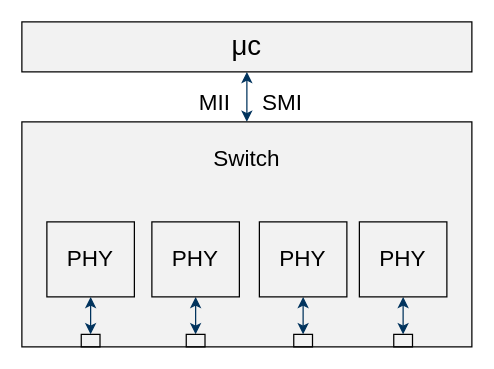
Earlier version of the draw.io diagram page "Page-3" (3 of 6) of docs/ETH/layer.drawio (hanojiang/BlogCP). Source tidied: cells renumbered, new cells numbered last; positions are measured from the earlier drawing's top-left corner, leaving out a move shared by most shapes. Both pictures are drawn from the tidied source at 125%, with x=0, y=0 at pixel (21, 21).
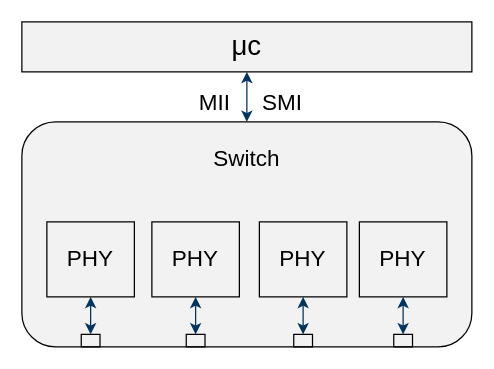
The same page after the edit.

Change to the diagram source:
```diff
@@
 <mxGraphModel>
   <root>
     <mxCell id="0" />
     <mxCell id="1" parent="0" />
     <mxCell id="2" style="edgeStyle=orthogonalEdgeStyle;rounded=0;jettySize=auto;html=1;exitX=0.5;exitY=1;exitDx=0;exitDy=0;entryX=0.5;entryY=0;entryDx=0;entryDy=0;fontSize=18;fontColor=#FFFFFF;strokeColor=#00335D;startArrow=classic;startFill=1;" parent="1" edge="1" source="3" target="4">
       <mxGeometry relative="1" as="geometry" />
     </mxCell>
     <mxCell id="3" value="&lt;font style=&quot;font-size: 22px&quot; color=&quot;#000000&quot;&gt;μc&lt;/font&gt;" style="rounded=0;whiteSpace=wrap;html=1;fontSize=18;fontColor=#FFFFFF;strokeColor=#000000;fillColor=#F2F2F2;" parent="1" vertex="1">
       <mxGeometry width="360" height="40" as="geometry" />
     </mxCell>
-    <mxCell id="4" style="rounded=0;whiteSpace=wrap;html=1;fontSize=18;fontColor=#FFFFFF;fillColor=#f2f2f2;strokeColor=#000000;" parent="1" vertex="1">
+    <mxCell id="4" style="rounded=1;whiteSpace=wrap;html=1;fontSize=18;fontColor=#FFFFFF;fillColor=#f2f2f2;strokeColor=#000000;" parent="1" vertex="1">
       <mxGeometry y="80" width="360" height="180" as="geometry" />
     </mxCell>
     <mxCell id="5" value="PHY" style="rounded=0;whiteSpace=wrap;html=1;fontSize=18;fillColor=none;strokeWidth=1;fontColor=#000000;strokeColor=#000000;" parent="1" vertex="1">
       <mxGeometry x="20" y="160" width="70" height="60" as="geometry" />
     </mxCell>
     <mxCell id="6" style="edgeStyle=orthogonalEdgeStyle;rounded=0;jettySize=auto;html=1;exitX=0.5;exitY=1;exitDx=0;exitDy=0;entryX=0.5;entryY=0;entryDx=0;entryDy=0;fontSize=18;fontColor=#FFFFFF;strokeColor=#00335D;startArrow=classic;startFill=1;" parent="1" edge="1" source="7" target="13">
       <mxGeometry relative="1" as="geometry" />
     </mxCell>
     <mxCell id="7" value="PHY" style="rounded=0;whiteSpace=wrap;html=1;fontSize=18;strokeWidth=1;fillColor=none;fontColor=#000000;strokeColor=#000000;" parent="1" vertex="1">
       <mxGeometry x="104" y="160" width="70" height="60" as="geometry" />
     </mxCell>
     <mxCell id="8" style="edgeStyle=orthogonalEdgeStyle;rounded=0;jettySize=auto;html=1;exitX=0.5;exitY=1;exitDx=0;exitDy=0;entryX=0.5;entryY=0;entryDx=0;entryDy=0;fontSize=18;fontColor=#FFFFFF;strokeColor=#00335d;startArrow=classic;startFill=1;" parent="1" edge="1" source="9" target="14">
       <mxGeometry relative="1" as="geometry" />
     </mxCell>
     <mxCell id="9" value="PHY" style="rounded=0;whiteSpace=wrap;html=1;fontSize=18;strokeWidth=1;fillColor=none;fontColor=#000000;strokeColor=#000000;" parent="1" vertex="1">
       <mxGeometry x="190" y="160" width="70" height="60" as="geometry" />
     </mxCell>
     <mxCell id="10" style="edgeStyle=orthogonalEdgeStyle;rounded=0;jettySize=auto;html=1;exitX=0.5;exitY=1;exitDx=0;exitDy=0;entryX=0.5;entryY=0;entryDx=0;entryDy=0;fontSize=18;fontColor=#FFFFFF;strokeColor=#00335d;startArrow=classic;startFill=1;" parent="1" edge="1" source="11" target="15">
       <mxGeometry relative="1" as="geometry" />
     </mxCell>
     <mxCell id="11" value="PHY" style="rounded=0;whiteSpace=wrap;html=1;fontSize=18;strokeWidth=1;fillColor=none;fontColor=#000000;strokeColor=#000000;" parent="1" vertex="1">
       <mxGeometry x="270" y="160" width="70" height="60" as="geometry" />
     </mxCell>
     <mxCell id="12" style="rounded=0;whiteSpace=wrap;html=1;fontSize=18;fontColor=#FFFFFF;fillColor=none;strokeColor=#000000;" parent="1" vertex="1">
       <mxGeometry x="47.5" y="250" width="15" height="10" as="geometry" />
     </mxCell>
     <mxCell id="13" style="rounded=0;whiteSpace=wrap;html=1;fontSize=18;fontColor=#FFFFFF;fillColor=none;strokeColor=#000000;" parent="1" vertex="1">
       <mxGeometry x="131.5" y="250" width="15" height="10" as="geometry" />
     </mxCell>
     <mxCell id="14" style="rounded=0;whiteSpace=wrap;html=1;fontSize=18;fontColor=#FFFFFF;fillColor=none;strokeColor=#000000;" parent="1" vertex="1">
       <mxGeometry x="217.5" y="250" width="15" height="10" as="geometry" />
     </mxCell>
     <mxCell id="15" style="rounded=0;whiteSpace=wrap;html=1;fontSize=18;fontColor=#FFFFFF;fillColor=none;strokeColor=#000000;" parent="1" vertex="1">
       <mxGeometry x="297.5" y="250" width="15" height="10" as="geometry" />
     </mxCell>
     <mxCell id="16" style="endArrow=classic;html=1;fontSize=18;fontColor=#FFFFFF;exitX=0.5;exitY=1;exitDx=0;exitDy=0;entryX=0.5;entryY=0;entryDx=0;entryDy=0;strokeColor=#00335d;startArrow=classic;startFill=1;" parent="1" edge="1" source="5" target="12">
       <mxGeometry relative="1" as="geometry" />
     </mxCell>
     <mxCell id="17" value="&lt;font color=&quot;#000000&quot;&gt;MII&lt;/font&gt;" style="text;html=1;align=center;verticalAlign=middle;strokeColor=none;fontSize=18;fontColor=#FFFFFF;" parent="1" vertex="1">
       <mxGeometry x="134" y="50" width="40" height="30" as="geometry" />
     </mxCell>
     <mxCell id="18" value="SMI" style="text;html=1;align=center;verticalAlign=middle;strokeColor=none;fontSize=18;fontColor=#000000;" parent="1" vertex="1">
       <mxGeometry x="182.5" y="50" width="50" height="30" as="geometry" />
     </mxCell>
     <mxCell id="19" value="&lt;font color=&quot;#000000&quot;&gt;Switch&lt;/font&gt;" style="text;html=1;strokeColor=none;fillColor=none;align=center;verticalAlign=middle;whiteSpace=wrap;rounded=0;fontSize=18;fontColor=#FFFFFF;" parent="1" vertex="1">
       <mxGeometry x="160" y="100" width="40" height="20" as="geometry" />
     </mxCell>
   </root>
 </mxGraphModel>
```
